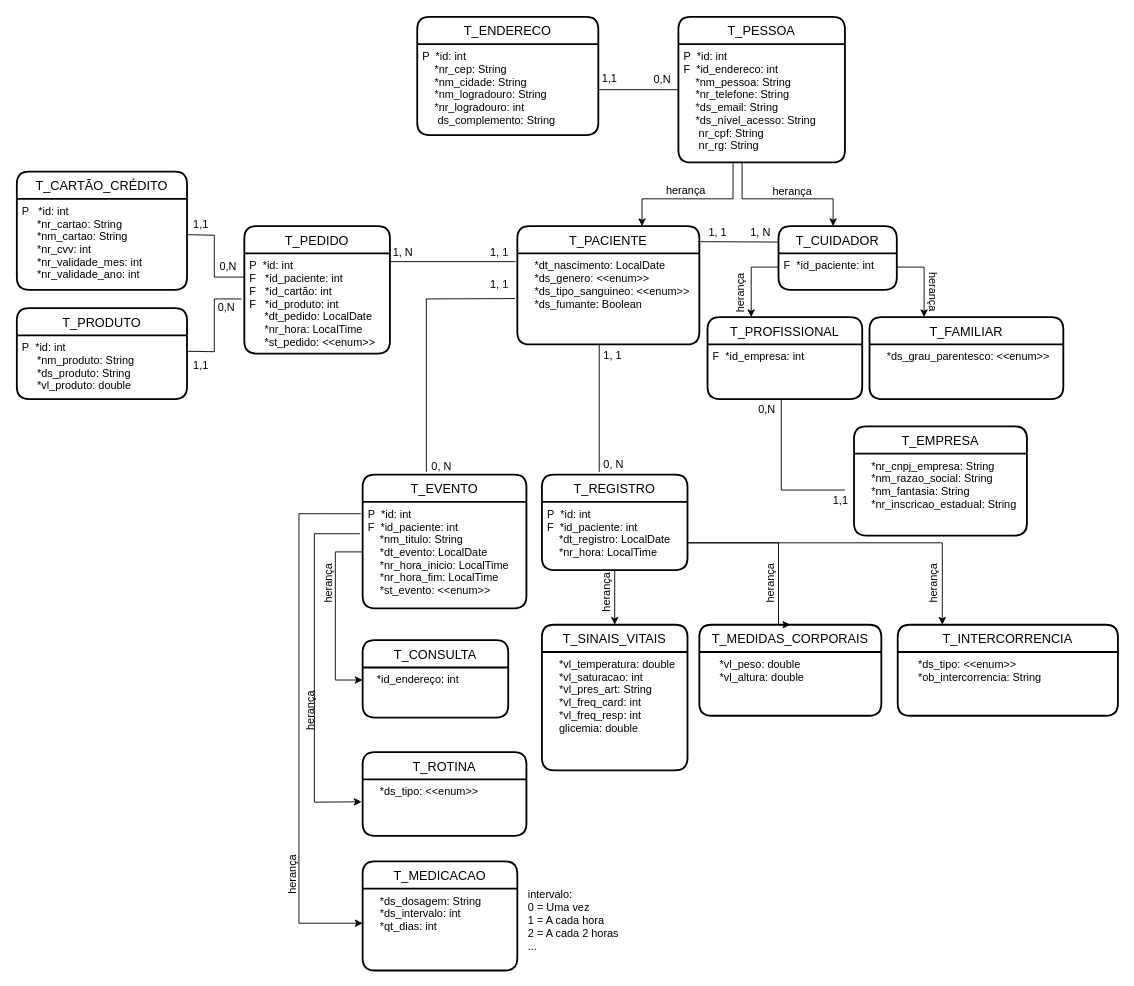
Earlier version of the draw.io diagram schema.drawio (dBianchii/gs-care). Source tidied: cells renumbered, new cells numbered last; positions are measured from the earlier drawing's top-left corner, leaving out a move shared by most shapes. Both pictures are drawn from the tidied source at 91%, with x=0, y=0 at pixel (16, 16).
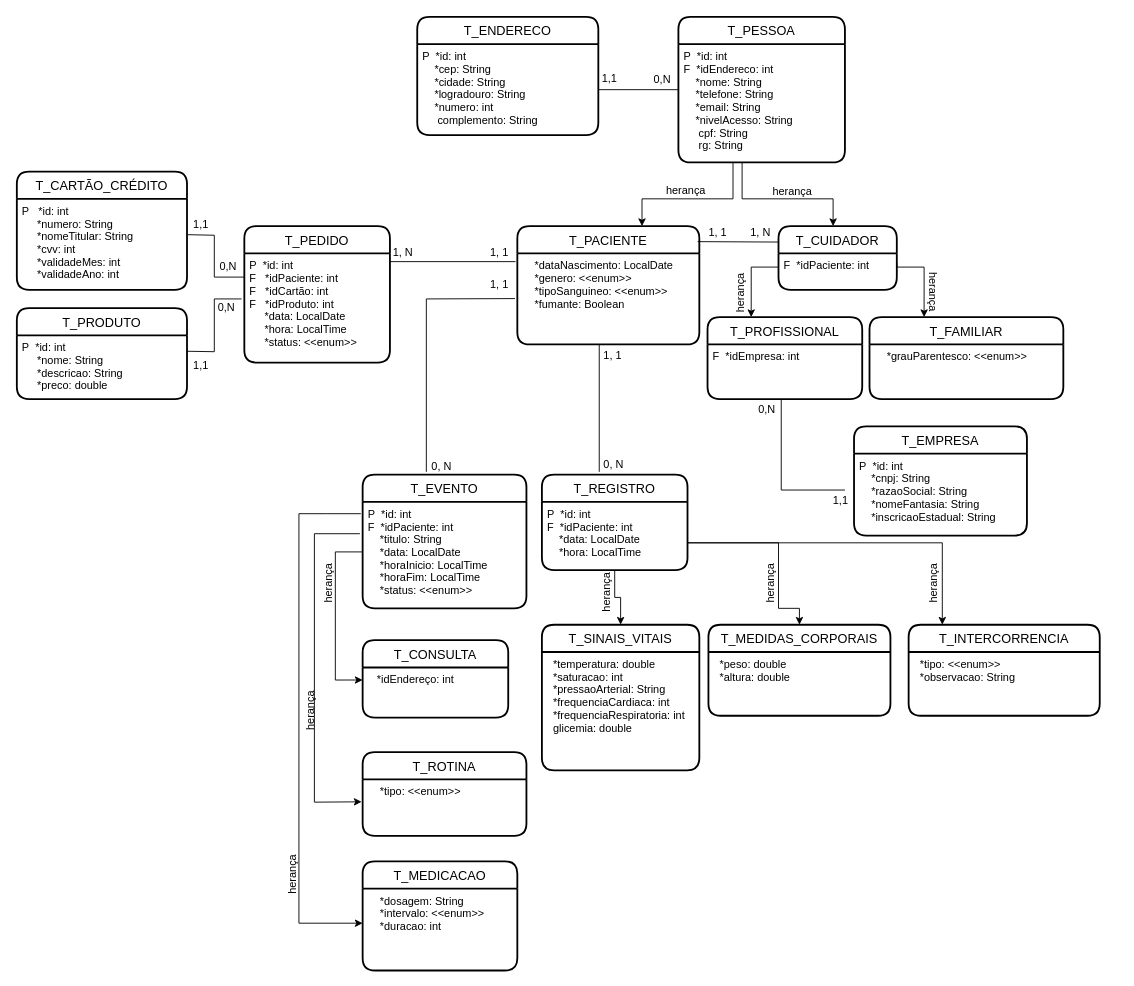
The same page after the edit.

Commit message (it also covers changes not shown here):
revisão de código + atualização do schema.drawio

The change refers to these unchanged cells:
```xml
<mxCell id="3" value="T_PESSOA" style="swimlane;horizontal=1;startSize=30;rounded=1;fontSize=14;fontStyle=0;strokeWidth=2;shadow=0;dashed=0;align=center;" parent="1" vertex="1">
  <mxGeometry x="727" width="183" height="160" as="geometry" />
</mxCell>
<mxCell id="5" value="T_PACIENTE" style="swimlane;horizontal=1;startSize=30;rounded=1;fontSize=14;fontStyle=0;strokeWidth=2;shadow=0;dashed=0;align=center;" parent="1" vertex="1">
  <mxGeometry x="550" y="230" width="200" height="130" as="geometry" />
</mxCell>
<mxCell id="11" value="T_CUIDADOR" style="swimlane;horizontal=1;startSize=30;rounded=1;fontSize=14;fontStyle=0;strokeWidth=2;shadow=0;dashed=0;align=center;" parent="1" vertex="1">
  <mxGeometry x="837" y="230" width="130" height="70" as="geometry" />
</mxCell>
<mxCell id="13" value="T_PROFISSIONAL" style="swimlane;horizontal=1;startSize=30;rounded=1;fontSize=14;fontStyle=0;strokeWidth=2;shadow=0;dashed=0;align=center;" parent="1" vertex="1">
  <mxGeometry x="759" y="330" width="170" height="90" as="geometry" />
</mxCell>
<mxCell id="15" value="T_FAMILIAR" style="swimlane;horizontal=1;startSize=30;rounded=1;fontSize=14;fontStyle=0;strokeWidth=2;shadow=0;dashed=0;align=center;" parent="1" vertex="1">
  <mxGeometry x="937" y="330" width="213" height="90" as="geometry" />
</mxCell>
<mxCell id="20" value="T_EVENTO" style="swimlane;horizontal=1;startSize=30;rounded=1;fontSize=14;fontStyle=0;strokeWidth=2;shadow=0;dashed=0;align=center;" parent="1" vertex="1">
  <mxGeometry x="380" y="503" width="180" height="147" as="geometry" />
</mxCell>
<mxCell id="23" value="T_REGISTRO" style="swimlane;horizontal=1;startSize=30;rounded=1;fontSize=14;fontStyle=0;strokeWidth=2;shadow=0;dashed=0;align=center;" parent="1" vertex="1">
  <mxGeometry x="577" y="503" width="160" height="105" as="geometry" />
</mxCell>
<mxCell id="31" value="T_MEDICACAO" style="swimlane;horizontal=1;startSize=30;rounded=1;fontSize=14;fontStyle=0;strokeWidth=2;shadow=0;dashed=0;align=center;" parent="1" vertex="1">
  <mxGeometry x="380" y="928" width="170" height="120" as="geometry" />
</mxCell>
<mxCell id="33" value="T_CONSULTA" style="swimlane;horizontal=1;startSize=30;rounded=1;fontSize=14;fontStyle=0;strokeWidth=2;shadow=0;dashed=0;align=center;" parent="1" vertex="1">
  <mxGeometry x="380" y="685" width="160" height="85" as="geometry" />
</mxCell>
<mxCell id="35" value="T_ROTINA" style="swimlane;horizontal=1;startSize=30;rounded=1;fontSize=14;fontStyle=0;strokeWidth=2;shadow=0;dashed=0;align=center;" parent="1" vertex="1">
  <mxGeometry x="380" y="808" width="180" height="92" as="geometry" />
</mxCell>
<mxCell id="57" value="T_PRODUTO" style="swimlane;horizontal=1;startSize=30;rounded=1;fontSize=14;fontStyle=0;strokeWidth=2;shadow=0;dashed=0;align=center;" parent="1" vertex="1">
  <mxGeometry y="320" width="187" height="100" as="geometry" />
</mxCell>
<mxCell id="59" value="T_CARTÃO_CRÉDITO" style="swimlane;horizontal=1;startSize=30;rounded=1;fontSize=14;fontStyle=0;strokeWidth=2;shadow=0;dashed=0;align=center;" parent="1" vertex="1">
  <mxGeometry y="170" width="187" height="130" as="geometry" />
</mxCell>
<mxCell id="72" value="T_EMPRESA" style="swimlane;horizontal=1;startSize=30;rounded=1;fontSize=14;fontStyle=0;strokeWidth=2;shadow=0;dashed=0;align=center;" parent="1" vertex="1">
  <mxGeometry x="920" y="450" width="190" height="120" as="geometry" />
</mxCell>
<mxCell id="77" value="T_ENDERECO" style="swimlane;horizontal=1;startSize=30;rounded=1;fontSize=14;fontStyle=0;strokeWidth=2;shadow=0;dashed=0;align=center;" parent="1" vertex="1">
  <mxGeometry x="440" width="199" height="130" as="geometry" />
</mxCell>
```

Diff of the diagram source:
```diff
@@
-    <mxCell id="4" value="P  *id: int &#10;F  *id_endereco: int &#10;    *nm_pessoa: String&#10;    *nr_telefone: String&#10;    *ds_email: String&#10;    *ds_nível_acesso: String&#10;     nr_cpf: String&#10;     nr_rg: String&#10;" style="align=left;strokeColor=none;fillColor=none;spacingLeft=4;fontSize=12;verticalAlign=top;" parent="3" vertex="1">
+    <mxCell id="4" value="P  *id: int &#10;F  *idEndereco: int &#10;    *nome: String&#10;    *telefone: String&#10;    *email: String&#10;    *nivelAcesso: String&#10;     cpf: String&#10;     rg: String&#10;" style="align=left;strokeColor=none;fillColor=none;spacingLeft=4;fontSize=12;verticalAlign=top;" parent="3" vertex="1">
       <mxGeometry y="30" width="183" height="130" as="geometry" />
     </mxCell>
@@
-    <mxCell id="6" value="    *dt_nascimento: LocalDate&#10;    *ds_genero: &lt;&lt;enum&gt;&gt;&#10;    *ds_tipo_sanguineo: &lt;&lt;enum&gt;&gt;&#10;    *ds_fumante: Boolean" style="align=left;strokeColor=none;fillColor=none;spacingLeft=4;fontSize=12;verticalAlign=top;" parent="5" vertex="1">
+    <mxCell id="6" value="    *dataNascimento: LocalDate&#10;    *genero: &lt;&lt;enum&gt;&gt;&#10;    *tipoSanguineo: &lt;&lt;enum&gt;&gt;&#10;    *fumante: Boolean" style="align=left;strokeColor=none;fillColor=none;spacingLeft=4;fontSize=12;verticalAlign=top;" parent="5" vertex="1">
       <mxGeometry y="30" width="200" height="100" as="geometry" />
     </mxCell>
@@
-    <mxCell id="12" value="F  *id_paciente: int&#10;&#10;" style="align=left;strokeColor=none;fillColor=none;spacingLeft=4;fontSize=12;verticalAlign=top;" parent="11" vertex="1">
+    <mxCell id="12" value="F  *idPaciente: int&#10;&#10;" style="align=left;strokeColor=none;fillColor=none;spacingLeft=4;fontSize=12;verticalAlign=top;" parent="11" vertex="1">
       <mxGeometry y="30" width="130" height="40" as="geometry" />
     </mxCell>
@@
-    <mxCell id="14" value="F  *id_empresa: int&#10;" style="align=left;strokeColor=none;fillColor=none;spacingLeft=4;fontSize=12;verticalAlign=top;" parent="13" vertex="1">
+    <mxCell id="14" value="F  *idEmpresa: int&#10;" style="align=left;strokeColor=none;fillColor=none;spacingLeft=4;fontSize=12;verticalAlign=top;" parent="13" vertex="1">
       <mxGeometry y="30" width="170" height="60" as="geometry" />
     </mxCell>
@@
-    <mxCell id="16" value="    *ds_grau_parentesco: &lt;&lt;enum&gt;&gt;" style="align=left;strokeColor=none;fillColor=none;spacingLeft=4;fontSize=12;verticalAlign=top;" parent="15" vertex="1">
+    <mxCell id="16" value="    *grauParentesco: &lt;&lt;enum&gt;&gt;" style="align=left;strokeColor=none;fillColor=none;spacingLeft=4;fontSize=12;verticalAlign=top;" parent="15" vertex="1">
       <mxGeometry y="30" width="213" height="60" as="geometry" />
     </mxCell>
@@
-    <mxCell id="21" value="P  *id: int&#10;F  *id_paciente: int&#10;    *nm_titulo: String&#10;    *dt_evento: LocalDate&#10;    *nr_hora_inicio: LocalTime&#10;    *nr_hora_fim: LocalTime&#10;    *st_evento: &lt;&lt;enum&gt;&gt; " style="align=left;strokeColor=none;fillColor=none;spacingLeft=4;fontSize=12;verticalAlign=top;" parent="20" vertex="1">
+    <mxCell id="21" value="P  *id: int&#10;F  *idPaciente: int&#10;    *titulo: String&#10;    *data: LocalDate&#10;    *horaInicio: LocalTime&#10;    *horaFim: LocalTime&#10;    *status: &lt;&lt;enum&gt;&gt; " style="align=left;strokeColor=none;fillColor=none;spacingLeft=4;fontSize=12;verticalAlign=top;" parent="20" vertex="1">
       <mxGeometry y="30" width="180" height="117" as="geometry" />
     </mxCell>
@@
-    <mxCell id="24" value="P  *id: int&#10;F  *id_paciente: int&#10;    *dt_registro: LocalDate&#10;    *nr_hora: LocalTime" style="align=left;strokeColor=none;fillColor=none;spacingLeft=4;fontSize=12;verticalAlign=top;" parent="23" vertex="1">
+    <mxCell id="24" value="P  *id: int&#10;F  *idPaciente: int&#10;    *data: LocalDate&#10;    *hora: LocalTime" style="align=left;strokeColor=none;fillColor=none;spacingLeft=4;fontSize=12;verticalAlign=top;" parent="23" vertex="1">
       <mxGeometry y="30" width="160" height="75" as="geometry" />
     </mxCell>
     <mxCell id="25" value="T_SINAIS_VITAIS" style="swimlane;horizontal=1;startSize=30;rounded=1;fontSize=14;fontStyle=0;strokeWidth=2;shadow=0;dashed=0;align=center;" parent="1" vertex="1">
-      <mxGeometry x="577" y="668" width="160" height="160" as="geometry" />
+      <mxGeometry x="577" y="668" width="173" height="160" as="geometry" />
     </mxCell>
-    <mxCell id="26" value="    *vl_temperatura: double&#10;    *vl_saturacao: int&#10;    *vl_pres_art: String&#10;    *vl_freq_card: int&#10;    *vl_freq_resp: int&#10;    glicemia: double" style="align=left;strokeColor=none;fillColor=none;spacingLeft=4;fontSize=12;verticalAlign=top;" parent="25" vertex="1">
-      <mxGeometry y="30" width="160" height="130" as="geometry" />
+    <mxCell id="26" value="  *temperatura: double&#10;  *saturacao: int&#10;  *pressaoArterial: String&#10;  *frequenciaCardiaca: int&#10;  *frequenciaRespiratoria: int&#10;  glicemia: double" style="align=left;strokeColor=none;fillColor=none;spacingLeft=4;fontSize=12;verticalAlign=top;" parent="25" vertex="1">
+      <mxGeometry y="30" width="173" height="130" as="geometry" />
     </mxCell>
     <mxCell id="27" value="T_MEDIDAS_CORPORAIS" style="swimlane;horizontal=1;startSize=30;rounded=1;fontSize=14;fontStyle=0;strokeWidth=2;shadow=0;dashed=0;align=center;" parent="1" vertex="1">
-      <mxGeometry x="750" y="668" width="200" height="100" as="geometry" />
+      <mxGeometry x="760" y="668" width="200" height="100" as="geometry" />
     </mxCell>
-    <mxCell id="28" value="     *vl_peso: double&#10;     *vl_altura: double" style="align=left;strokeColor=none;fillColor=none;spacingLeft=4;fontSize=12;verticalAlign=top;" parent="27" vertex="1">
+    <mxCell id="28" value="  *peso: double&#10;  *altura: double" style="align=left;strokeColor=none;fillColor=none;spacingLeft=4;fontSize=12;verticalAlign=top;" parent="27" vertex="1">
       <mxGeometry y="30" width="200" height="70" as="geometry" />
     </mxCell>
     <mxCell id="29" value="T_INTERCORRENCIA" style="swimlane;horizontal=1;startSize=30;rounded=1;fontSize=14;fontStyle=0;strokeWidth=2;shadow=0;dashed=0;align=center;" parent="1" vertex="1">
-      <mxGeometry x="968" y="668" width="242" height="100" as="geometry" />
+      <mxGeometry x="980" y="668" width="210" height="100" as="geometry" />
     </mxCell>
-    <mxCell id="30" value="     *ds_tipo: &lt;&lt;enum&gt;&gt;&#10;     *ob_intercorrencia: String " style="align=left;strokeColor=none;fillColor=none;spacingLeft=4;fontSize=12;verticalAlign=top;" parent="29" vertex="1">
-      <mxGeometry y="30" width="242" height="70" as="geometry" />
+    <mxCell id="30" value="  *tipo: &lt;&lt;enum&gt;&gt;&#10;  *observacao: String " style="align=left;strokeColor=none;fillColor=none;spacingLeft=4;fontSize=12;verticalAlign=top;" parent="29" vertex="1">
+      <mxGeometry y="30" width="210" height="70" as="geometry" />
     </mxCell>
@@
-    <mxCell id="32" value="    *ds_dosagem: String&#10;    *ds_intervalo: int &#10;    *qt_dias: int" style="align=left;strokeColor=none;fillColor=none;spacingLeft=4;fontSize=12;verticalAlign=top;" parent="31" vertex="1">
+    <mxCell id="32" value="    *dosagem: String&#10;    *intervalo: &lt;&lt;enum&gt;&gt; &#10;    *duracao: int" style="align=left;strokeColor=none;fillColor=none;spacingLeft=4;fontSize=12;verticalAlign=top;" parent="31" vertex="1">
       <mxGeometry y="30" width="170" height="90" as="geometry" />
     </mxCell>
@@
-    <mxCell id="34" value="   *id_endereço: int&#10;" style="align=left;strokeColor=none;fillColor=none;spacingLeft=4;fontSize=12;verticalAlign=top;" parent="33" vertex="1">
+    <mxCell id="34" value="   *idEndereço: int&#10;" style="align=left;strokeColor=none;fillColor=none;spacingLeft=4;fontSize=12;verticalAlign=top;" parent="33" vertex="1">
       <mxGeometry y="30" width="160" height="55" as="geometry" />
     </mxCell>
@@
-    <mxCell id="36" value="    *ds_tipo: &lt;&lt;enum&gt;&gt;" style="align=left;strokeColor=none;fillColor=none;spacingLeft=4;fontSize=12;verticalAlign=top;" parent="35" vertex="1">
+    <mxCell id="36" value="    *tipo: &lt;&lt;enum&gt;&gt;" style="align=left;strokeColor=none;fillColor=none;spacingLeft=4;fontSize=12;verticalAlign=top;" parent="35" vertex="1">
       <mxGeometry y="30" width="180" height="62" as="geometry" />
     </mxCell>
-    <mxCell id="37" value="intervalo:&lt;br&gt;0 = Uma vez&lt;br&gt;1 = A cada hora&lt;br&gt;2 = A cada 2 horas&lt;br&gt;..." style="text;html=1;align=left;verticalAlign=middle;strokeColor=none;fillColor=none;" parent="1" vertex="1">
-      <mxGeometry x="560" y="948" width="120" height="90" as="geometry" />
-    </mxCell>
@@
     <mxCell id="41" style="edgeStyle=orthogonalEdgeStyle;rounded=0;jettySize=auto;html=1;entryX=0.5;entryY=0;entryDx=0;entryDy=0;" parent="1" edge="1" source="24" target="27">
       <mxGeometry relative="1" as="geometry">
         <Array as="points">
           <mxPoint x="837" y="578" />
+          <mxPoint x="837" y="650" />
+          <mxPoint x="860" y="650" />
         </Array>
       </mxGeometry>
     </mxCell>
@@
-    <mxCell id="58" value="P  *id: int&#10;     *nm_produto: String&#10;     *ds_produto: String&#10;     *vl_produto: double&#10;" style="align=left;strokeColor=none;fillColor=none;spacingLeft=4;fontSize=12;verticalAlign=top;" parent="57" vertex="1">
+    <mxCell id="58" value="P  *id: int&#10;     *nome: String&#10;     *descricao: String&#10;     *preco: double&#10;" style="align=left;strokeColor=none;fillColor=none;spacingLeft=4;fontSize=12;verticalAlign=top;" parent="57" vertex="1">
       <mxGeometry y="30" width="187" height="70" as="geometry" />
     </mxCell>
@@
-    <mxCell id="60" value="P   *id: int&#10;     *nr_cartao: String&#10;     *nm_cartao: String&#10;     *nr_cvv: int&#10;     *nr_validade_mes: int&#10;     *nr_validade_ano: int" style="align=left;strokeColor=none;fillColor=none;spacingLeft=4;fontSize=12;verticalAlign=top;" parent="59" vertex="1">
+    <mxCell id="60" value="P   *id: int&#10;     *numero: String&#10;     *nomeTitular: String&#10;     *cvv: int&#10;     *validadeMes: int&#10;     *validadeAno: int" style="align=left;strokeColor=none;fillColor=none;spacingLeft=4;fontSize=12;verticalAlign=top;" parent="59" vertex="1">
       <mxGeometry y="30" width="187" height="100" as="geometry" />
     </mxCell>
     <mxCell id="61" value="T_PEDIDO" style="swimlane;horizontal=1;startSize=30;rounded=1;fontSize=14;fontStyle=0;strokeWidth=2;shadow=0;dashed=0;align=center;" parent="1" vertex="1">
-      <mxGeometry x="250" y="230" width="160" height="140" as="geometry" />
+      <mxGeometry x="250" y="230" width="160" height="150" as="geometry" />
     </mxCell>
-    <mxCell id="62" value="P  *id: int&#10;F   *id_paciente: int&#10;F   *id_cartão: int&#10;F   *id_produto: int&#10;     *dt_pedido: LocalDate&#10;     *nr_hora: LocalTime&#10;     *st_pedido: &lt;&lt;enum&gt;&gt;&#10;" style="align=left;strokeColor=none;fillColor=none;spacingLeft=4;fontSize=12;verticalAlign=top;" parent="61" vertex="1">
-      <mxGeometry y="30" width="160" height="110" as="geometry" />
+    <mxCell id="62" value="P  *id: int&#10;F   *idPaciente: int&#10;F   *idCartão: int&#10;F   *idProduto: int&#10;     *data: LocalDate&#10;     *hora: LocalTime&#10;     *status: &lt;&lt;enum&gt;&gt;&#10;" style="align=left;strokeColor=none;fillColor=none;spacingLeft=4;fontSize=12;verticalAlign=top;" parent="61" vertex="1">
+      <mxGeometry y="30" width="160" height="120" as="geometry" />
     </mxCell>
@@
-    <mxCell id="73" value="    *nr_cnpj_empresa: String &#10;    *nm_razao_social: String&#10;    *nm_fantasia: String&#10;    *nr_inscricao_estadual: String&#10;" style="align=left;strokeColor=none;fillColor=none;spacingLeft=4;fontSize=12;verticalAlign=top;" parent="72" vertex="1">
+    <mxCell id="73" value="P  *id: int&#10;    *cnpj: String &#10;    *razaoSocial: String&#10;    *nomeFantasia: String&#10;    *inscricaoEstadual: String&#10;" style="align=left;strokeColor=none;fillColor=none;spacingLeft=4;fontSize=12;verticalAlign=top;" parent="72" vertex="1">
       <mxGeometry y="30" width="190" height="90" as="geometry" />
     </mxCell>
@@
-    <mxCell id="78" value="P  *id: int         &#10;    *nr_cep: String&#10;    *nm_cidade: String&#10;    *nm_logradouro: String&#10;    *nr_logradouro: int&#10;     ds_complemento: String &#10;" style="align=left;strokeColor=none;fillColor=none;spacingLeft=4;fontSize=12;verticalAlign=top;" parent="77" vertex="1">
+    <mxCell id="78" value="P  *id: int         &#10;    *cep: String&#10;    *cidade: String&#10;    *logradouro: String&#10;    *numero: int&#10;     complemento: String &#10;" style="align=left;strokeColor=none;fillColor=none;spacingLeft=4;fontSize=12;verticalAlign=top;" parent="77" vertex="1">
       <mxGeometry y="30" width="199" height="100" as="geometry" />
     </mxCell>
```
